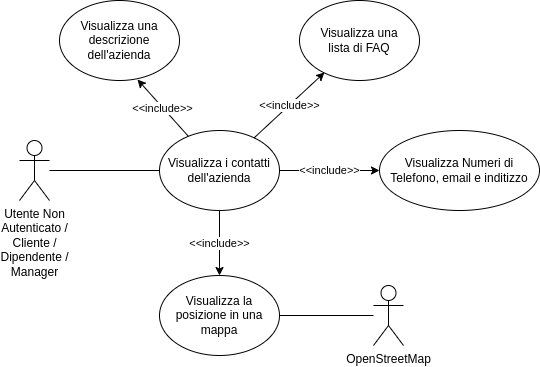
This is second-deliverable/images/contatti_sequence_diagram.png from IS-FixMi/Documentation-Source, a draw.io export, as it was before one commit. Source tidied: cells renumbered, new cells last; positions are measured from the earlier drawing's top-left corner, leaving out a move shared by most shapes.
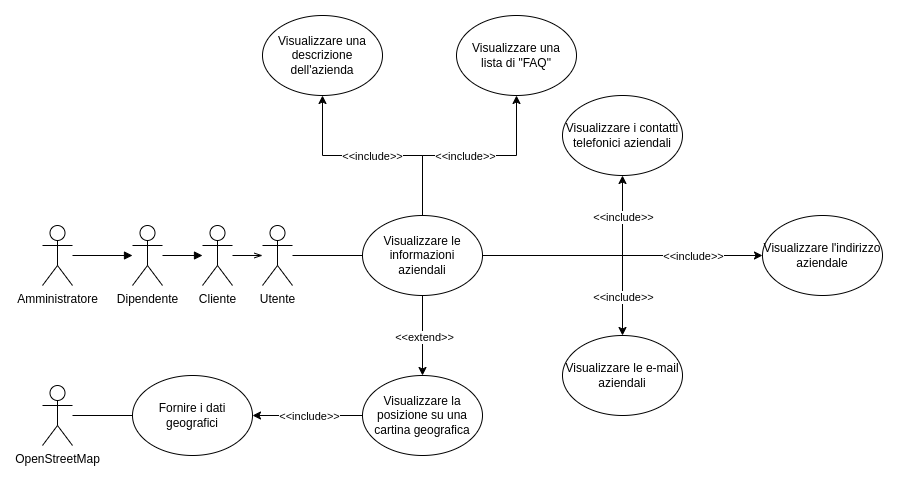
Later version of the same file.

Diff of the diagram source:
```diff
@@ -5,41 +5,108 @@
     <mxCell id="2" style="edgeStyle=orthogonalEdgeStyle;rounded=0;jettySize=auto;html=1;endArrow=none;endFill=0;" parent="1" edge="1" source="3" target="6">
       <mxGeometry relative="1" as="geometry" />
     </mxCell>
-    <mxCell id="3" value="Utente Non&lt;br&gt;Autenticato / &lt;br&gt;Cliente / &lt;br&gt;Dipendente / &lt;br&gt;Manager" style="shape=umlActor;verticalLabelPosition=bottom;verticalAlign=top;html=1;outlineConnect=0;" parent="1" vertex="1">
-      <mxGeometry y="140" width="30" height="60" as="geometry" />
+    <mxCell id="3" value="Utente" style="shape=umlActor;verticalLabelPosition=bottom;verticalAlign=top;html=1;outlineConnect=0;" parent="1" vertex="1">
+      <mxGeometry x="40" y="140" width="30" height="60" as="geometry" />
     </mxCell>
-    <mxCell id="4" value="&lt;span style=&quot;color: rgb(0, 0, 0); font-family: Helvetica; font-size: 11px; font-style: normal; font-variant-ligatures: normal; font-variant-caps: normal; font-weight: 400; letter-spacing: normal; orphans: 2; text-align: center; text-indent: 0px; text-transform: none; widows: 2; word-spacing: 0px; -webkit-text-stroke-width: 0px; background-color: rgb(255, 255, 255); text-decoration-thickness: initial; text-decoration-style: initial; text-decoration-color: initial; float: none; display: inline !important;&quot;&gt;&amp;lt;&amp;lt;include&amp;gt;&amp;gt;&lt;/span&gt;" style="rounded=0;jettySize=auto;html=1;" parent="1" edge="1" source="6" target="9">
-      <mxGeometry relative="1" as="geometry" />
-    </mxCell>
-    <mxCell id="5" value="&lt;span style=&quot;color: rgb(0, 0, 0); font-family: Helvetica; font-size: 11px; font-style: normal; font-variant-ligatures: normal; font-variant-caps: normal; font-weight: 400; letter-spacing: normal; orphans: 2; text-align: center; text-indent: 0px; text-transform: none; widows: 2; word-spacing: 0px; -webkit-text-stroke-width: 0px; background-color: rgb(255, 255, 255); text-decoration-thickness: initial; text-decoration-style: initial; text-decoration-color: initial; float: none; display: inline !important;&quot;&gt;&amp;lt;&amp;lt;include&amp;gt;&amp;gt;&lt;/span&gt;" style="edgeStyle=orthogonalEdgeStyle;rounded=0;jettySize=auto;html=1;" parent="1" edge="1" source="6" target="11">
+    <mxCell id="5" style="edgeStyle=orthogonalEdgeStyle;rounded=0;jettySize=auto;html=1;" parent="1" edge="1" source="6" target="11">
       <mxGeometry relative="1" as="geometry" />
     </mxCell>
+    <mxCell id="15" value="&amp;lt;&amp;lt;extend&amp;gt;&amp;gt;" style="edgeLabel;html=1;align=center;verticalAlign=middle;" parent="5" vertex="1">
+      <mxGeometry x="0.01" y="1" relative="1" as="geometry" />
+    </mxCell>
+    <mxCell id="12" style="edgeStyle=orthogonalEdgeStyle;rounded=0;jettySize=auto;html=1;" parent="1" edge="1" source="6" target="7">
+      <mxGeometry relative="1" as="geometry" />
+    </mxCell>
+    <mxCell id="16" value="&amp;lt;&amp;lt;include&amp;gt;&amp;gt;" style="edgeLabel;html=1;align=center;verticalAlign=middle;" parent="12" vertex="1">
+      <mxGeometry x="0.16" y="-2" relative="1" as="geometry">
+        <mxPoint x="17" y="2" as="offset" />
+      </mxGeometry>
+    </mxCell>
+    <mxCell id="17" style="edgeStyle=orthogonalEdgeStyle;rounded=0;jettySize=auto;html=1;" parent="1" edge="1" source="6" target="34">
+      <mxGeometry relative="1" as="geometry" />
+    </mxCell>
+    <mxCell id="18" value="&amp;lt;&amp;lt;include&amp;gt;&amp;gt;" style="edgeLabel;html=1;align=center;verticalAlign=middle;" parent="17" vertex="1">
+      <mxGeometry x="0.75" relative="1" as="geometry">
+        <mxPoint y="13" as="offset" />
+      </mxGeometry>
+    </mxCell>
+    <mxCell id="19" style="edgeStyle=orthogonalEdgeStyle;rounded=0;jettySize=auto;html=1;entryX=0.5;entryY=0;entryDx=0;entryDy=0;" parent="1" edge="1" source="6" target="35">
+      <mxGeometry relative="1" as="geometry" />
+    </mxCell>
+    <mxCell id="20" value="&amp;lt;&amp;lt;include&amp;gt;&amp;gt;" style="edgeLabel;html=1;align=center;verticalAlign=middle;" parent="19" vertex="1">
+      <mxGeometry x="0.71" y="1" relative="1" as="geometry">
+        <mxPoint x="-1" y="-7" as="offset" />
+      </mxGeometry>
+    </mxCell>
+    <mxCell id="13" style="edgeStyle=orthogonalEdgeStyle;rounded=0;jettySize=auto;html=1;" parent="1" edge="1" source="6" target="8">
+      <mxGeometry relative="1" as="geometry" />
+    </mxCell>
+    <mxCell id="21" value="&amp;lt;&amp;lt;include&amp;gt;&amp;gt;" style="edgeLabel;html=1;align=center;verticalAlign=middle;" parent="13" vertex="1">
+      <mxGeometry x="-0.05" relative="1" as="geometry" />
+    </mxCell>
+    <mxCell id="22" style="edgeStyle=orthogonalEdgeStyle;rounded=0;jettySize=auto;html=1;" parent="1" edge="1" source="6" target="36">
+      <mxGeometry relative="1" as="geometry" />
+    </mxCell>
+    <mxCell id="23" value="&amp;lt;&amp;lt;include&amp;gt;&amp;gt;" style="edgeLabel;html=1;align=center;verticalAlign=middle;" parent="22" vertex="1">
+      <mxGeometry x="0.57" y="1" relative="1" as="geometry">
+        <mxPoint x="-10" y="1" as="offset" />
+      </mxGeometry>
+    </mxCell>
-    <mxCell id="6" value="Visualizza i contatti dell'azienda" style="ellipse;whiteSpace=wrap;html=1;" parent="1" vertex="1">
+    <mxCell id="6" value="Visualizzare le informazioni &lt;br&gt;aziendali" style="ellipse;whiteSpace=wrap;html=1;" parent="1" vertex="1">
       <mxGeometry x="140" y="130" width="120" height="80" as="geometry" />
     </mxCell>
-    <mxCell id="7" value="Visualizza una descrizione dell'azienda" style="ellipse;whiteSpace=wrap;html=1;" parent="1" vertex="1">
-      <mxGeometry x="40" width="120" height="80" as="geometry" />
+    <mxCell id="7" value="Visualizzare una descrizione dell'azienda" style="ellipse;whiteSpace=wrap;html=1;" parent="1" vertex="1">
+      <mxGeometry x="40" y="-70" width="120" height="80" as="geometry" />
     </mxCell>
-    <mxCell id="8" value="Visualizza una&lt;br&gt;lista di FAQ" style="ellipse;whiteSpace=wrap;html=1;" parent="1" vertex="1">
-      <mxGeometry x="280" width="120" height="80" as="geometry" />
+    <mxCell id="8" value="Visualizzare una&lt;br&gt;lista di &quot;FAQ&quot;" style="ellipse;whiteSpace=wrap;html=1;" parent="1" vertex="1">
+      <mxGeometry x="234" y="-70" width="120" height="80" as="geometry" />
     </mxCell>
-    <mxCell id="9" value="Visualizza Numeri di Telefono, email e inditizzo" style="ellipse;whiteSpace=wrap;html=1;" parent="1" vertex="1">
-      <mxGeometry x="360" y="130" width="160" height="80" as="geometry" />
-    </mxCell>
-    <mxCell id="10" style="rounded=0;jettySize=auto;html=1;endArrow=none;endFill=0;" parent="1" edge="1" source="11" target="14">
-      <mxGeometry relative="1" as="geometry" />
-    </mxCell>
+    <mxCell id="24" style="edgeStyle=orthogonalEdgeStyle;rounded=0;jettySize=auto;html=1;" parent="1" edge="1" source="11" target="33">
+      <mxGeometry relative="1" as="geometry" />
+    </mxCell>
+    <mxCell id="25" value="&amp;lt;&amp;lt;include&amp;gt;&amp;gt;" style="edgeLabel;html=1;align=center;verticalAlign=middle;" parent="24" vertex="1">
+      <mxGeometry x="0.08" relative="1" as="geometry">
+        <mxPoint x="5" as="offset" />
+      </mxGeometry>
+    </mxCell>
-    <mxCell id="11" value="Visualizza la posizione in una mappa" style="ellipse;whiteSpace=wrap;html=1;" parent="1" vertex="1">
-      <mxGeometry x="140" y="275" width="120" height="80" as="geometry" />
+    <mxCell id="11" value="Visualizzare la posizione su una cartina geografica" style="ellipse;whiteSpace=wrap;html=1;" parent="1" vertex="1">
+      <mxGeometry x="140" y="290" width="120" height="80" as="geometry" />
     </mxCell>
-    <mxCell id="12" value="&amp;lt;&amp;lt;include&amp;gt;&amp;gt;" style="rounded=0;jettySize=auto;html=1;entryX=0.65;entryY=0.988;entryDx=0;entryDy=0;entryPerimeter=0;" parent="1" edge="1" source="6" target="7">
-      <mxGeometry relative="1" as="geometry" />
-    </mxCell>
-    <mxCell id="13" value="&lt;span style=&quot;color: rgb(0, 0, 0); font-family: Helvetica; font-size: 11px; font-style: normal; font-variant-ligatures: normal; font-variant-caps: normal; font-weight: 400; letter-spacing: normal; orphans: 2; text-align: center; text-indent: 0px; text-transform: none; widows: 2; word-spacing: 0px; -webkit-text-stroke-width: 0px; background-color: rgb(255, 255, 255); text-decoration-thickness: initial; text-decoration-style: initial; text-decoration-color: initial; float: none; display: inline !important;&quot;&gt;&amp;lt;&amp;lt;include&amp;gt;&amp;gt;&lt;/span&gt;" style="rounded=0;jettySize=auto;html=1;entryX=0.208;entryY=0.9;entryDx=0;entryDy=0;entryPerimeter=0;endArrow=classic;endFill=1;" parent="1" edge="1" source="6" target="8">
-      <mxGeometry relative="1" as="geometry" />
-    </mxCell>
+    <mxCell id="26" style="edgeStyle=orthogonalEdgeStyle;rounded=0;jettySize=auto;html=1;endArrow=none;endFill=0;" parent="1" edge="1" source="14" target="33">
+      <mxGeometry relative="1" as="geometry" />
+    </mxCell>
     <mxCell id="14" value="OpenStreetMap" style="shape=umlActor;verticalLabelPosition=bottom;verticalAlign=top;html=1;outlineConnect=0;" parent="1" vertex="1">
-      <mxGeometry x="354" y="285" width="30" height="60" as="geometry" />
+      <mxGeometry x="-180" y="300" width="30" height="60" as="geometry" />
     </mxCell>
+    <mxCell id="27" style="edgeStyle=orthogonalEdgeStyle;rounded=0;jettySize=auto;html=1;endArrow=openThin;endFill=0;" parent="1" edge="1" source="28" target="3">
+      <mxGeometry relative="1" as="geometry" />
+    </mxCell>
+    <mxCell id="28" value="Cliente" style="shape=umlActor;verticalLabelPosition=bottom;verticalAlign=top;html=1;outlineConnect=0;" parent="1" vertex="1">
+      <mxGeometry x="-20" y="140" width="30" height="60" as="geometry" />
+    </mxCell>
+    <mxCell id="29" style="edgeStyle=orthogonalEdgeStyle;rounded=0;jettySize=auto;html=1;endArrow=block;endFill=1;" parent="1" edge="1" source="30" target="28">
+      <mxGeometry relative="1" as="geometry" />
+    </mxCell>
+    <mxCell id="30" value="Dipendente" style="shape=umlActor;verticalLabelPosition=bottom;verticalAlign=top;html=1;outlineConnect=0;" parent="1" vertex="1">
+      <mxGeometry x="-90" y="140" width="30" height="60" as="geometry" />
+    </mxCell>
+    <mxCell id="31" style="edgeStyle=orthogonalEdgeStyle;rounded=0;jettySize=auto;html=1;endArrow=block;endFill=1;" parent="1" edge="1" source="32" target="30">
+      <mxGeometry relative="1" as="geometry" />
+    </mxCell>
+    <mxCell id="32" value="Amministratore" style="shape=umlActor;verticalLabelPosition=bottom;verticalAlign=top;html=1;outlineConnect=0;" parent="1" vertex="1">
+      <mxGeometry x="-180" y="140" width="30" height="60" as="geometry" />
+    </mxCell>
+    <mxCell id="33" value="Fornire i dati geografici" style="ellipse;whiteSpace=wrap;html=1;" parent="1" vertex="1">
+      <mxGeometry x="-90" y="290" width="120" height="80" as="geometry" />
+    </mxCell>
+    <mxCell id="34" value="Visualizzare i contatti telefonici aziendali" style="ellipse;whiteSpace=wrap;html=1;" parent="1" vertex="1">
+      <mxGeometry x="340" y="10" width="120" height="80" as="geometry" />
+    </mxCell>
+    <mxCell id="35" value="Visualizzare le e-mail aziendali" style="ellipse;whiteSpace=wrap;html=1;" parent="1" vertex="1">
+      <mxGeometry x="340" y="250" width="120" height="80" as="geometry" />
+    </mxCell>
+    <mxCell id="36" value="Visualizzare l'indirizzo aziendale" style="ellipse;whiteSpace=wrap;html=1;" parent="1" vertex="1">
+      <mxGeometry x="540" y="130" width="120" height="80" as="geometry" />
+    </mxCell>
   </root>
 </mxGraphModel>
```
